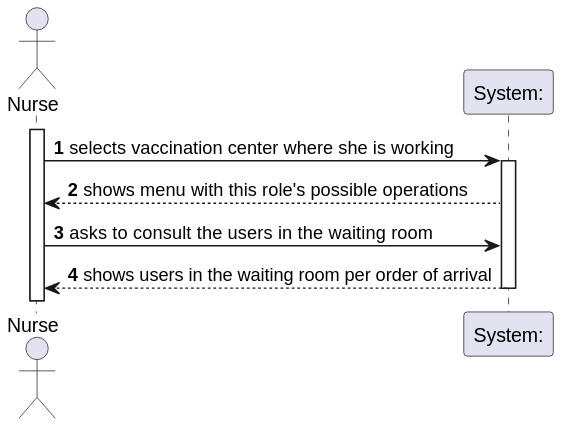
The PlantUML diagram docs/SprintC/US005/US005_SSD.svg in osnilas/SNSsystem, before a commit.
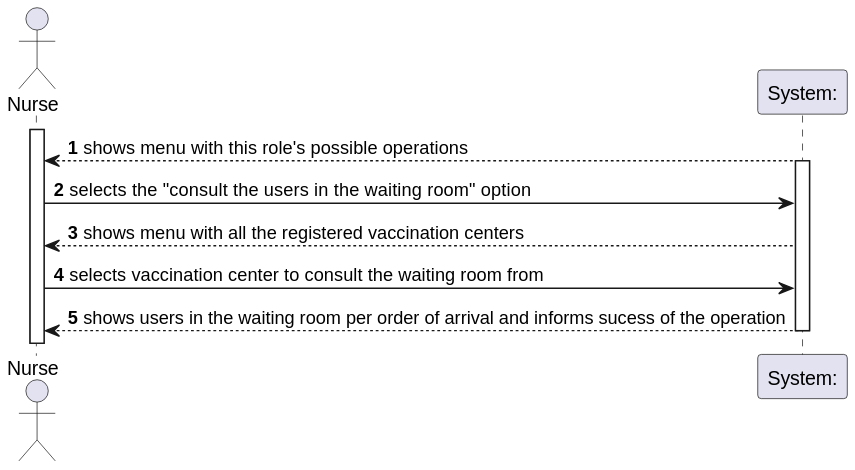
The same diagram one commit later.

Diff of the diagram source:
```diff
@@ -6,10 +6,11 @@
 actor "Nurse" as nurse
 
 activate nurse
-nurse-> "System:" : selects vaccination center where she is working
+"System:" --> nurse : shows menu with this role's possible operations
 activate "System:"
-"System:" --> nurse : shows menu with this role's possible operations
-nurse-> "System:" : asks to consult the users in the waiting room
-"System:" --> nurse : shows users in the waiting room per order of arrival
+nurse-> "System:" :selects the "consult the users in the waiting room" option
+"System:" --> nurse :shows menu with all the registered vaccination centers
+nurse-> "System:" :selects vaccination center to consult the waiting room from
+"System:" --> nurse : shows users in the waiting room per order of arrival and informs sucess of the operation
 deactivate "System:"
 @enduml
```
